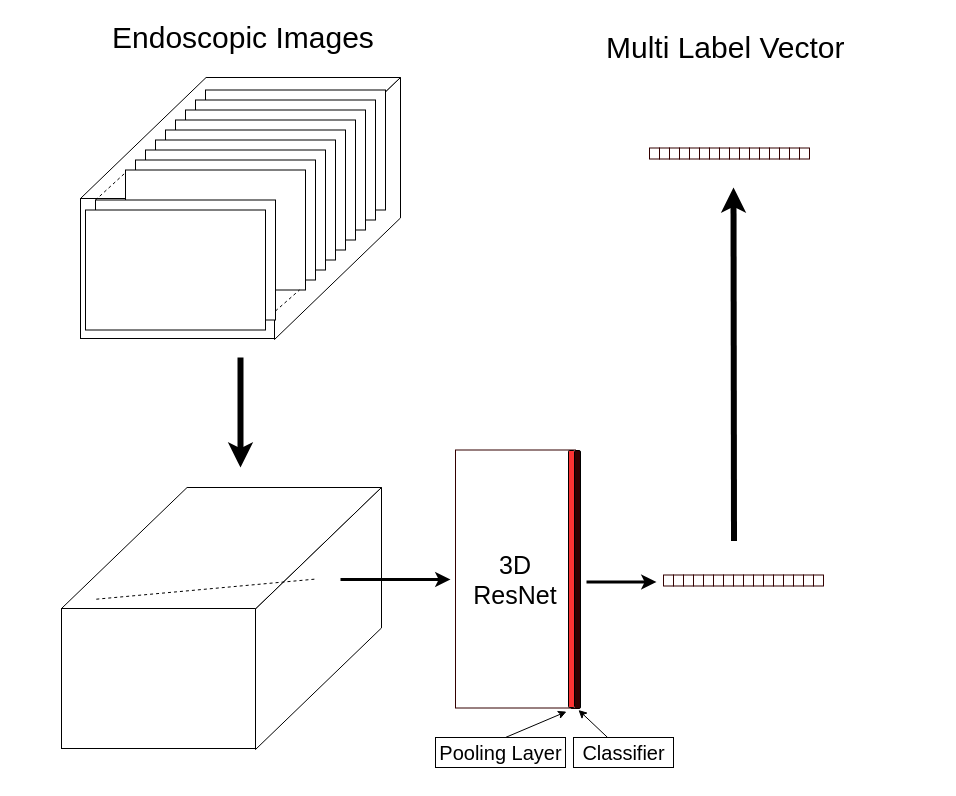
Before: draw.io/ieice3.drawio in shinn1r0/endoscopic_images2karte, a draw.io diagram. Source tidied: cells renumbered, new cells numbered last; positions are measured from the earlier drawing's top-left corner, leaving out a move shared by most shapes. Both pictures are drawn from the tidied source at 100%, with x=0, y=0 at pixel (61, 17).
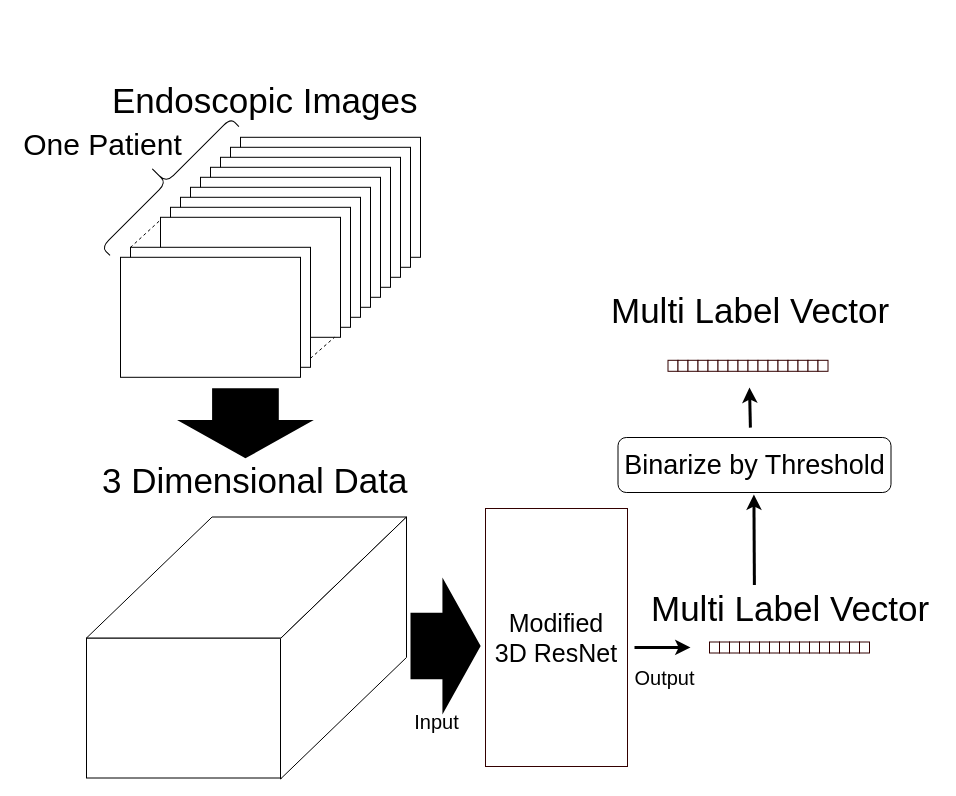
The same diagram, later.

Diff of the diagram source:
```diff
@@
-    <mxCell id="2" style="rounded=0;whiteSpace=wrap;html=1;" parent="1" vertex="1">
-      <mxGeometry x="19" y="181" width="195" height="140" as="geometry" />
-    </mxCell>
-    <mxCell id="3" style="shape=parallelogram;perimeter=parallelogramPerimeter;whiteSpace=wrap;html=1;size=0.3924050632911392;" parent="1" vertex="1">
-      <mxGeometry x="19" y="60" width="320" height="121" as="geometry" />
-    </mxCell>
-    <mxCell id="4" style="shape=parallelogram;perimeter=parallelogramPerimeter;whiteSpace=wrap;html=1;size=0.46387832699619774;rotation=-90;direction=west;flipH=1;" parent="1" vertex="1">
-      <mxGeometry x="145" y="128" width="262" height="126" as="geometry" />
-    </mxCell>
-    <mxCell id="5" style="rounded=0;whiteSpace=wrap;html=1;" parent="1" vertex="1">
-      <mxGeometry x="144" y="72.5" width="180" height="120" as="geometry" />
-    </mxCell>
-    <mxCell id="6" style="rounded=0;whiteSpace=wrap;html=1;" parent="1" vertex="1">
-      <mxGeometry x="134" y="82.5" width="180" height="120" as="geometry" />
-    </mxCell>
-    <mxCell id="7" style="endArrow=none;dashed=1;html=1;exitX=0.996;exitY=0.003;exitDx=0;exitDy=0;exitPerimeter=0;" parent="1" edge="1" source="17">
-      <mxGeometry relative="1" as="geometry">
-        <mxPoint x="244" y="152.5" as="targetPoint" />
-      </mxGeometry>
-    </mxCell>
-    <mxCell id="8" style="rounded=0;whiteSpace=wrap;html=1;" parent="1" vertex="1">
-      <mxGeometry x="124" y="92.5" width="180" height="120" as="geometry" />
-    </mxCell>
-    <mxCell id="9" style="rounded=0;whiteSpace=wrap;html=1;" parent="1" vertex="1">
-      <mxGeometry x="114" y="102.5" width="180" height="120" as="geometry" />
-    </mxCell>
-    <mxCell id="10" style="rounded=0;whiteSpace=wrap;html=1;" parent="1" vertex="1">
-      <mxGeometry x="104" y="112.5" width="180" height="120" as="geometry" />
-    </mxCell>
-    <mxCell id="11" style="rounded=0;whiteSpace=wrap;html=1;" parent="1" vertex="1">
-      <mxGeometry x="94" y="122.5" width="180" height="120" as="geometry" />
-    </mxCell>
-    <mxCell id="12" style="rounded=0;whiteSpace=wrap;html=1;" parent="1" vertex="1">
-      <mxGeometry x="84" y="132.5" width="180" height="120" as="geometry" />
-    </mxCell>
-    <mxCell id="13" style="rounded=0;whiteSpace=wrap;html=1;" parent="1" vertex="1">
-      <mxGeometry x="74" y="142.5" width="180" height="120" as="geometry" />
-    </mxCell>
-    <mxCell id="14" style="rounded=0;whiteSpace=wrap;html=1;" parent="1" vertex="1">
-      <mxGeometry x="64" y="152.5" width="180" height="120" as="geometry" />
-    </mxCell>
-    <mxCell id="15" style="endArrow=none;dashed=1;html=1;exitX=0.977;exitY=0.936;exitDx=0;exitDy=0;exitPerimeter=0;" parent="1" edge="1">
-      <mxGeometry relative="1" as="geometry">
-        <mxPoint x="214" y="293.5" as="sourcePoint" />
-        <mxPoint x="238" y="272.5" as="targetPoint" />
-      </mxGeometry>
-    </mxCell>
-    <mxCell id="16" style="endArrow=none;dashed=1;html=1;exitX=-0.001;exitY=0.002;exitDx=0;exitDy=0;exitPerimeter=0;entryX=0.002;entryY=0.019;entryDx=0;entryDy=0;entryPerimeter=0;" parent="1" edge="1" source="17" target="14">
-      <mxGeometry relative="1" as="geometry" />
-    </mxCell>
-    <mxCell id="17" style="rounded=0;whiteSpace=wrap;html=1;" parent="1" vertex="1">
-      <mxGeometry x="34" y="182.5" width="180" height="120" as="geometry" />
-    </mxCell>
-    <mxCell id="18" style="rounded=0;whiteSpace=wrap;html=1;" parent="1" vertex="1">
-      <mxGeometry x="24" y="192.5" width="180" height="120" as="geometry" />
-    </mxCell>
-    <mxCell id="19" value="&lt;font style=&quot;font-size: 30px&quot;&gt;Endoscopic Images&lt;/font&gt;" style="text;html=1;align=left;verticalAlign=top;spacingTop=-4;" parent="1" vertex="1">
-      <mxGeometry x="49" width="280" height="20" as="geometry" />
+    <mxCell id="19" value="&lt;font style=&quot;font-size: 35px&quot;&gt;Endoscopic Images&lt;/font&gt;" style="text;html=1;align=left;verticalAlign=top;spacingTop=-4;" parent="1" vertex="1">
+      <mxGeometry x="49" y="60" width="320" height="20" as="geometry" />
     </mxCell>
-    <mxCell id="20" style="rounded=1;whiteSpace=wrap;html=1;fillColor=#330000;" parent="1" vertex="1">
-      <mxGeometry x="509" y="433" width="10" height="258" as="geometry" />
-    </mxCell>
-    <mxCell id="21" value="&lt;font style=&quot;font-size: 20px&quot;&gt;Classifier&lt;/font&gt;" style="text;html=1;align=center;verticalAlign=middle;points=[];strokeColor=#000000;" parent="1" vertex="1">
-      <mxGeometry x="512" y="720" width="100" height="30" as="geometry" />
-    </mxCell>
-    <mxCell id="22" style="endArrow=classic;html=1;" parent="1" edge="1" source="21">
-      <mxGeometry relative="1" as="geometry">
-        <mxPoint x="517" y="692.5" as="targetPoint" />
-      </mxGeometry>
-    </mxCell>
-    <mxCell id="23" value="&lt;font style=&quot;font-size: 25px&quot;&gt;3D&lt;br&gt;ResNet&lt;/font&gt;" style="rounded=0;whiteSpace=wrap;html=1;strokeColor=#330000;fillColor=#FFFFFF;" parent="1" vertex="1">
-      <mxGeometry x="394" y="432.5" width="120" height="258" as="geometry" />
+    <mxCell id="23" value="&lt;font style=&quot;font-size: 25px&quot;&gt;Modified&lt;br&gt;3D ResNet&lt;/font&gt;" style="rounded=0;whiteSpace=wrap;html=1;strokeColor=#330000;fillColor=#FFFFFF;" parent="1" vertex="1">
+      <mxGeometry x="424" y="491" width="142" height="258" as="geometry" />
     </mxCell>
     <mxCell id="24" style="endArrow=classic;html=1;strokeWidth=3;" parent="1" edge="1">
       <mxGeometry relative="1" as="geometry">
-        <mxPoint x="525" y="564.5" as="sourcePoint" />
-        <mxPoint x="595" y="564.5" as="targetPoint" />
+        <mxPoint x="573" y="629.9" as="sourcePoint" />
+        <mxPoint x="629" y="630" as="targetPoint" />
       </mxGeometry>
     </mxCell>
     <mxCell id="25" style="rounded=0;whiteSpace=wrap;html=1;strokeColor=#330000;fillColor=#FFFFFF;" parent="1" vertex="1">
-      <mxGeometry x="602" y="557.5" width="10" height="11" as="geometry" />
+      <mxGeometry x="648" y="624.5" width="10" height="11" as="geometry" />
     </mxCell>
     <mxCell id="26" style="rounded=0;whiteSpace=wrap;html=1;strokeColor=#330000;fillColor=#FFFFFF;" parent="1" vertex="1">
-      <mxGeometry x="612" y="557.5" width="10" height="11" as="geometry" />
+      <mxGeometry x="658" y="624.5" width="10" height="11" as="geometry" />
     </mxCell>
     <mxCell id="27" style="rounded=0;whiteSpace=wrap;html=1;strokeColor=#330000;fillColor=#FFFFFF;" parent="1" vertex="1">
-      <mxGeometry x="622" y="557.5" width="10" height="11" as="geometry" />
+      <mxGeometry x="668" y="624.5" width="10" height="11" as="geometry" />
     </mxCell>
     <mxCell id="28" style="rounded=0;whiteSpace=wrap;html=1;strokeColor=#330000;fillColor=#FFFFFF;" parent="1" vertex="1">
-      <mxGeometry x="632" y="557.5" width="10" height="11" as="geometry" />
+      <mxGeometry x="678" y="624.5" width="10" height="11" as="geometry" />
     </mxCell>
     <mxCell id="29" style="rounded=0;whiteSpace=wrap;html=1;strokeColor=#330000;fillColor=#FFFFFF;" parent="1" vertex="1">
-      <mxGeometry x="642" y="557.5" width="10" height="11" as="geometry" />
+      <mxGeometry x="688" y="624.5" width="10" height="11" as="geometry" />
     </mxCell>
     <mxCell id="30" style="rounded=0;whiteSpace=wrap;html=1;strokeColor=#330000;fillColor=#FFFFFF;" parent="1" vertex="1">
-      <mxGeometry x="652" y="557.5" width="10" height="11" as="geometry" />
+      <mxGeometry x="698" y="624.5" width="10" height="11" as="geometry" />
     </mxCell>
     <mxCell id="31" style="rounded=0;whiteSpace=wrap;html=1;strokeColor=#330000;fillColor=#FFFFFF;" parent="1" vertex="1">
-      <mxGeometry x="662" y="557.5" width="10" height="11" as="geometry" />
+      <mxGeometry x="708" y="624.5" width="10" height="11" as="geometry" />
     </mxCell>
     <mxCell id="32" style="rounded=0;whiteSpace=wrap;html=1;strokeColor=#330000;fillColor=#FFFFFF;" parent="1" vertex="1">
-      <mxGeometry x="672" y="557.5" width="10" height="11" as="geometry" />
+      <mxGeometry x="718" y="624.5" width="10" height="11" as="geometry" />
     </mxCell>
     <mxCell id="33" style="rounded=0;whiteSpace=wrap;html=1;strokeColor=#330000;fillColor=#FFFFFF;" parent="1" vertex="1">
-      <mxGeometry x="682" y="557.5" width="10" height="11" as="geometry" />
+      <mxGeometry x="728" y="624.5" width="10" height="11" as="geometry" />
     </mxCell>
     <mxCell id="34" style="rounded=0;whiteSpace=wrap;html=1;strokeColor=#330000;fillColor=#FFFFFF;" parent="1" vertex="1">
-      <mxGeometry x="692" y="557.5" width="10" height="11" as="geometry" />
+      <mxGeometry x="738" y="624.5" width="10" height="11" as="geometry" />
     </mxCell>
     <mxCell id="35" style="rounded=0;whiteSpace=wrap;html=1;strokeColor=#330000;fillColor=#FFFFFF;" parent="1" vertex="1">
-      <mxGeometry x="702" y="557.5" width="10" height="11" as="geometry" />
+      <mxGeometry x="748" y="624.5" width="10" height="11" as="geometry" />
     </mxCell>
     <mxCell id="36" style="rounded=0;whiteSpace=wrap;html=1;strokeColor=#330000;fillColor=#FFFFFF;" parent="1" vertex="1">
-      <mxGeometry x="712" y="557.5" width="10" height="11" as="geometry" />
+      <mxGeometry x="758" y="624.5" width="10" height="11" as="geometry" />
     </mxCell>
     <mxCell id="37" style="rounded=0;whiteSpace=wrap;html=1;strokeColor=#330000;fillColor=#FFFFFF;" parent="1" vertex="1">
-      <mxGeometry x="722" y="557.5" width="10" height="11" as="geometry" />
+      <mxGeometry x="768" y="624.5" width="10" height="11" as="geometry" />
     </mxCell>
     <mxCell id="38" style="rounded=0;whiteSpace=wrap;html=1;strokeColor=#330000;fillColor=#FFFFFF;" parent="1" vertex="1">
-      <mxGeometry x="732" y="557.5" width="10" height="11" as="geometry" />
+      <mxGeometry x="778" y="624.5" width="10" height="11" as="geometry" />
     </mxCell>
     <mxCell id="39" style="rounded=0;whiteSpace=wrap;html=1;strokeColor=#330000;fillColor=#FFFFFF;" parent="1" vertex="1">
-      <mxGeometry x="742" y="557.5" width="10" height="11" as="geometry" />
+      <mxGeometry x="788" y="624.5" width="10" height="11" as="geometry" />
     </mxCell>
     <mxCell id="40" style="rounded=0;whiteSpace=wrap;html=1;strokeColor=#330000;fillColor=#FFFFFF;" parent="1" vertex="1">
-      <mxGeometry x="752" y="557.5" width="10" height="11" as="geometry" />
+      <mxGeometry x="798" y="624.5" width="10" height="11" as="geometry" />
     </mxCell>
-    <mxCell id="41" value="&lt;font style=&quot;font-size: 30px&quot;&gt;Multi Label Vector&lt;/font&gt;" style="text;html=1;align=left;verticalAlign=top;spacingTop=-4;" parent="1" vertex="1">
-      <mxGeometry x="543" y="10" width="250" height="20" as="geometry" />
+    <mxCell id="41" value="&lt;font style=&quot;font-size: 35px&quot;&gt;Multi Label Vector&lt;/font&gt;" style="text;html=1;align=left;verticalAlign=top;spacingTop=-4;" parent="1" vertex="1">
+      <mxGeometry x="548" y="269.8" width="290" height="20" as="geometry" />
     </mxCell>
-    <mxCell id="42" style="rounded=1;whiteSpace=wrap;html=1;fillColor=#FF3333;" parent="1" vertex="1">
-      <mxGeometry x="507" y="433" width="6" height="257" as="geometry" />
-    </mxCell>
-    <mxCell id="43" value="&lt;font style=&quot;font-size: 20px&quot;&gt;Pooling Layer&lt;/font&gt;" style="text;html=1;align=center;verticalAlign=middle;points=[];strokeColor=#000000;" parent="1" vertex="1">
-      <mxGeometry x="374" y="720" width="130" height="30" as="geometry" />
-    </mxCell>
-    <mxCell id="44" style="endArrow=classic;html=1;entryX=0.925;entryY=1.014;entryDx=0;entryDy=0;entryPerimeter=0;exitX=0.538;exitY=0;exitDx=0;exitDy=0;exitPerimeter=0;" parent="1" edge="1" source="43" target="23">
-      <mxGeometry relative="1" as="geometry" />
-    </mxCell>
-    <mxCell id="45" style="endArrow=classic;html=1;strokeWidth=6;" parent="1" edge="1">
-      <mxGeometry relative="1" as="geometry">
-        <mxPoint x="672.5" y="523.5" as="sourcePoint" />
-        <mxPoint x="672" y="170" as="targetPoint" />
-      </mxGeometry>
-    </mxCell>
-    <mxCell id="46" style="endArrow=classic;html=1;strokeWidth=6;" parent="1" edge="1">
-      <mxGeometry relative="1" as="geometry">
-        <mxPoint x="179" y="340" as="sourcePoint" />
-        <mxPoint x="179" y="450" as="targetPoint" />
-      </mxGeometry>
-    </mxCell>
     <mxCell id="47" style="rounded=0;whiteSpace=wrap;html=1;" parent="1" vertex="1">
-      <mxGeometry y="591" width="195" height="140" as="geometry" />
+      <mxGeometry x="25" y="620.5" width="195" height="140" as="geometry" />
     </mxCell>
     <mxCell id="48" style="shape=parallelogram;perimeter=parallelogramPerimeter;whiteSpace=wrap;html=1;size=0.3924050632911392;" parent="1" vertex="1">
-      <mxGeometry y="470" width="320" height="121" as="geometry" />
+      <mxGeometry x="25" y="499.5" width="320" height="121" as="geometry" />
     </mxCell>
     <mxCell id="49" style="shape=parallelogram;perimeter=parallelogramPerimeter;whiteSpace=wrap;html=1;size=0.46387832699619774;rotation=-90;direction=west;flipH=1;" parent="1" vertex="1">
-      <mxGeometry x="126" y="538" width="262" height="126" as="geometry" />
+      <mxGeometry x="151" y="567.5" width="262" height="126" as="geometry" />
     </mxCell>
-    <mxCell id="50" style="endArrow=none;dashed=1;html=1;exitX=-0.001;exitY=0.002;exitDx=0;exitDy=0;exitPerimeter=0;entryX=0.002;entryY=0.019;entryDx=0;entryDy=0;entryPerimeter=0;" parent="1" edge="1">
-      <mxGeometry relative="1" as="geometry">
-        <mxPoint x="34.8" y="581.7" as="sourcePoint" />
-        <mxPoint x="255" y="561.5" as="targetPoint" />
-      </mxGeometry>
-    </mxCell>
-    <mxCell id="51" style="endArrow=classic;html=1;strokeWidth=3;" parent="1" edge="1">
-      <mxGeometry relative="1" as="geometry">
-        <mxPoint x="279" y="562" as="sourcePoint" />
-        <mxPoint x="389" y="562" as="targetPoint" />
-      </mxGeometry>
-    </mxCell>
     <mxCell id="52" style="rounded=0;whiteSpace=wrap;html=1;strokeColor=#330000;fillColor=#FFFFFF;" parent="1" vertex="1">
-      <mxGeometry x="588" y="130.5" width="10" height="11" as="geometry" />
+      <mxGeometry x="606.5" y="342.8" width="10" height="11" as="geometry" />
     </mxCell>
     <mxCell id="53" style="rounded=0;whiteSpace=wrap;html=1;strokeColor=#330000;fillColor=#FFFFFF;" parent="1" vertex="1">
-      <mxGeometry x="598" y="130.5" width="10" height="11" as="geometry" />
+      <mxGeometry x="616.5" y="342.8" width="10" height="11" as="geometry" />
     </mxCell>
     <mxCell id="54" style="rounded=0;whiteSpace=wrap;html=1;strokeColor=#330000;fillColor=#FFFFFF;" parent="1" vertex="1">
-      <mxGeometry x="608" y="130.5" width="10" height="11" as="geometry" />
+      <mxGeometry x="626.5" y="342.8" width="10" height="11" as="geometry" />
     </mxCell>
     <mxCell id="55" style="rounded=0;whiteSpace=wrap;html=1;strokeColor=#330000;fillColor=#FFFFFF;" parent="1" vertex="1">
-      <mxGeometry x="618" y="130.5" width="10" height="11" as="geometry" />
+      <mxGeometry x="636.5" y="342.8" width="10" height="11" as="geometry" />
     </mxCell>
     <mxCell id="56" style="rounded=0;whiteSpace=wrap;html=1;strokeColor=#330000;fillColor=#FFFFFF;" parent="1" vertex="1">
-      <mxGeometry x="628" y="130.5" width="10" height="11" as="geometry" />
+      <mxGeometry x="646.5" y="342.8" width="10" height="11" as="geometry" />
     </mxCell>
     <mxCell id="57" style="rounded=0;whiteSpace=wrap;html=1;strokeColor=#330000;fillColor=#FFFFFF;" parent="1" vertex="1">
-      <mxGeometry x="638" y="130.5" width="10" height="11" as="geometry" />
+      <mxGeometry x="656.5" y="342.8" width="10" height="11" as="geometry" />
     </mxCell>
     <mxCell id="58" style="rounded=0;whiteSpace=wrap;html=1;strokeColor=#330000;fillColor=#FFFFFF;" parent="1" vertex="1">
-      <mxGeometry x="648" y="130.5" width="10" height="11" as="geometry" />
+      <mxGeometry x="666.5" y="342.8" width="10" height="11" as="geometry" />
     </mxCell>
     <mxCell id="59" style="rounded=0;whiteSpace=wrap;html=1;strokeColor=#330000;fillColor=#FFFFFF;" parent="1" vertex="1">
-      <mxGeometry x="658" y="130.5" width="10" height="11" as="geometry" />
+      <mxGeometry x="676.5" y="342.8" width="10" height="11" as="geometry" />
     </mxCell>
     <mxCell id="60" style="rounded=0;whiteSpace=wrap;html=1;strokeColor=#330000;fillColor=#FFFFFF;" parent="1" vertex="1">
-      <mxGeometry x="668" y="130.5" width="10" height="11" as="geometry" />
+      <mxGeometry x="686.5" y="342.8" width="10" height="11" as="geometry" />
     </mxCell>
     <mxCell id="61" style="rounded=0;whiteSpace=wrap;html=1;strokeColor=#330000;fillColor=#FFFFFF;" parent="1" vertex="1">
-      <mxGeometry x="678" y="130.5" width="10" height="11" as="geometry" />
+      <mxGeometry x="696.5" y="342.8" width="10" height="11" as="geometry" />
     </mxCell>
     <mxCell id="62" style="rounded=0;whiteSpace=wrap;html=1;strokeColor=#330000;fillColor=#FFFFFF;" parent="1" vertex="1">
-      <mxGeometry x="688" y="130.5" width="10" height="11" as="geometry" />
+      <mxGeometry x="706.5" y="342.8" width="10" height="11" as="geometry" />
     </mxCell>
     <mxCell id="63" style="rounded=0;whiteSpace=wrap;html=1;strokeColor=#330000;fillColor=#FFFFFF;" parent="1" vertex="1">
-      <mxGeometry x="698" y="130.5" width="10" height="11" as="geometry" />
+      <mxGeometry x="716.5" y="342.8" width="10" height="11" as="geometry" />
     </mxCell>
     <mxCell id="64" style="rounded=0;whiteSpace=wrap;html=1;strokeColor=#330000;fillColor=#FFFFFF;" parent="1" vertex="1">
-      <mxGeometry x="708" y="130.5" width="10" height="11" as="geometry" />
+      <mxGeometry x="726.5" y="342.8" width="10" height="11" as="geometry" />
     </mxCell>
     <mxCell id="65" style="rounded=0;whiteSpace=wrap;html=1;strokeColor=#330000;fillColor=#FFFFFF;" parent="1" vertex="1">
-      <mxGeometry x="718" y="130.5" width="10" height="11" as="geometry" />
+      <mxGeometry x="736.5" y="342.8" width="10" height="11" as="geometry" />
     </mxCell>
     <mxCell id="66" style="rounded=0;whiteSpace=wrap;html=1;strokeColor=#330000;fillColor=#FFFFFF;" parent="1" vertex="1">
-      <mxGeometry x="728" y="130.5" width="10" height="11" as="geometry" />
+      <mxGeometry x="746.5" y="342.8" width="10" height="11" as="geometry" />
     </mxCell>
     <mxCell id="67" style="rounded=0;whiteSpace=wrap;html=1;strokeColor=#330000;fillColor=#FFFFFF;" parent="1" vertex="1">
-      <mxGeometry x="738" y="130.5" width="10" height="11" as="geometry" />
+      <mxGeometry x="756.5" y="342.8" width="10" height="11" as="geometry" />
     </mxCell>
+    <mxCell id="68" value="&lt;font style=&quot;font-size: 35px&quot;&gt;Multi Label Vector&lt;/font&gt;" style="text;html=1;align=left;verticalAlign=top;spacingTop=-4;" parent="1" vertex="1">
+      <mxGeometry x="588" y="567.5" width="290" height="20" as="geometry" />
+    </mxCell>
+    <mxCell id="69" value="&lt;font style=&quot;font-size: 35px&quot;&gt;3 Dimensional Data&lt;/font&gt;" style="text;html=1;align=left;verticalAlign=top;spacingTop=-4;" parent="1" vertex="1">
+      <mxGeometry x="39" y="440" width="320" height="20" as="geometry" />
+    </mxCell>
+    <mxCell id="70" style="endArrow=classic;html=1;strokeWidth=3;" parent="1" edge="1">
+      <mxGeometry relative="1" as="geometry">
+        <mxPoint x="692.9" y="567.5" as="sourcePoint" />
+        <mxPoint x="692.4" y="477" as="targetPoint" />
+      </mxGeometry>
+    </mxCell>
+    <mxCell id="71" value="&lt;font style=&quot;font-size: 27px&quot;&gt;Binarize by Threshold&lt;/font&gt;" style="rounded=1;whiteSpace=wrap;html=1;" parent="1" vertex="1">
+      <mxGeometry x="556.5" y="420" width="273" height="55" as="geometry" />
+    </mxCell>
+    <mxCell id="72" style="endArrow=classic;html=1;strokeWidth=3;" parent="1" edge="1">
+      <mxGeometry relative="1" as="geometry">
+        <mxPoint x="688.9" y="410.1" as="sourcePoint" />
+        <mxPoint x="688" y="370" as="targetPoint" />
+      </mxGeometry>
+    </mxCell>
+    <mxCell id="73" value="&lt;font style=&quot;font-size: 20px&quot;&gt;Input&lt;/font&gt;" style="text;html=1;align=center;verticalAlign=middle;" parent="1" vertex="1">
+      <mxGeometry x="345" y="693.5" width="60" height="20" as="geometry" />
+    </mxCell>
+    <mxCell id="74" value="&lt;span style=&quot;font-size: 20px&quot;&gt;Output&lt;/span&gt;" style="text;html=1;align=center;verticalAlign=middle;" parent="1" vertex="1">
+      <mxGeometry x="563" y="650" width="80" height="20" as="geometry" />
+    </mxCell>
+    <mxCell id="75" style="rounded=0;whiteSpace=wrap;html=1;" parent="1" vertex="1">
+      <mxGeometry x="179" y="119.8" width="180" height="120" as="geometry" />
+    </mxCell>
+    <mxCell id="76" style="rounded=0;whiteSpace=wrap;html=1;" parent="1" vertex="1">
+      <mxGeometry x="169" y="129.8" width="180" height="120" as="geometry" />
+    </mxCell>
+    <mxCell id="77" style="endArrow=none;dashed=1;html=1;exitX=0.996;exitY=0.003;exitDx=0;exitDy=0;exitPerimeter=0;" parent="1" edge="1" source="87">
+      <mxGeometry relative="1" as="geometry">
+        <mxPoint x="279" y="199.8" as="targetPoint" />
+      </mxGeometry>
+    </mxCell>
+    <mxCell id="78" style="rounded=0;whiteSpace=wrap;html=1;" parent="1" vertex="1">
+      <mxGeometry x="159" y="139.8" width="180" height="120" as="geometry" />
+    </mxCell>
+    <mxCell id="79" style="rounded=0;whiteSpace=wrap;html=1;" parent="1" vertex="1">
+      <mxGeometry x="149" y="149.8" width="180" height="120" as="geometry" />
+    </mxCell>
+    <mxCell id="80" style="rounded=0;whiteSpace=wrap;html=1;" parent="1" vertex="1">
+      <mxGeometry x="139" y="159.8" width="180" height="120" as="geometry" />
+    </mxCell>
+    <mxCell id="81" style="rounded=0;whiteSpace=wrap;html=1;" parent="1" vertex="1">
+      <mxGeometry x="129" y="169.8" width="180" height="120" as="geometry" />
+    </mxCell>
+    <mxCell id="82" style="rounded=0;whiteSpace=wrap;html=1;" parent="1" vertex="1">
+      <mxGeometry x="119" y="179.8" width="180" height="120" as="geometry" />
+    </mxCell>
+    <mxCell id="83" style="rounded=0;whiteSpace=wrap;html=1;" parent="1" vertex="1">
+      <mxGeometry x="109" y="189.8" width="180" height="120" as="geometry" />
+    </mxCell>
+    <mxCell id="84" style="rounded=0;whiteSpace=wrap;html=1;" parent="1" vertex="1">
+      <mxGeometry x="99" y="199.8" width="180" height="120" as="geometry" />
+    </mxCell>
+    <mxCell id="85" style="endArrow=none;dashed=1;html=1;exitX=0.977;exitY=0.936;exitDx=0;exitDy=0;exitPerimeter=0;" parent="1" edge="1">
+      <mxGeometry relative="1" as="geometry">
+        <mxPoint x="249" y="340.8" as="sourcePoint" />
+        <mxPoint x="273" y="319.8" as="targetPoint" />
+      </mxGeometry>
+    </mxCell>
+    <mxCell id="86" style="endArrow=none;dashed=1;html=1;exitX=-0.001;exitY=0.002;exitDx=0;exitDy=0;exitPerimeter=0;entryX=0.002;entryY=0.019;entryDx=0;entryDy=0;entryPerimeter=0;" parent="1" edge="1" source="87" target="84">
+      <mxGeometry relative="1" as="geometry" />
+    </mxCell>
+    <mxCell id="87" style="rounded=0;whiteSpace=wrap;html=1;" parent="1" vertex="1">
+      <mxGeometry x="69" y="229.8" width="180" height="120" as="geometry" />
+    </mxCell>
+    <mxCell id="88" style="rounded=0;whiteSpace=wrap;html=1;" parent="1" vertex="1">
+      <mxGeometry x="59" y="239.8" width="180" height="120" as="geometry" />
+    </mxCell>
+    <mxCell id="89" style="shape=curlyBracket;whiteSpace=wrap;html=1;rounded=1;rotation=45;size=0.6644542498246905;" parent="1" vertex="1">
+      <mxGeometry x="83.1" y="70" width="35" height="182.3" as="geometry" />
+    </mxCell>
+    <mxCell id="90" value="&lt;font style=&quot;font-size: 30px&quot;&gt;One Patient&lt;/font&gt;" style="text;html=1;align=center;verticalAlign=middle;" parent="1" vertex="1">
+      <mxGeometry x="-44" y="111.5" width="170" height="30" as="geometry" />
+    </mxCell>
+    <mxCell id="91" style="shape=singleArrow;whiteSpace=wrap;html=1;rotation=90;fillColor=#000000;arrowWidth=0.7781798483478497;arrowSize=0.34436181323131176;strokeWidth=20;" parent="1" vertex="1">
+      <mxGeometry x="159.6" y="375" width="48.7" height="60" as="geometry" />
+    </mxCell>
+    <mxCell id="92" style="shape=singleArrow;whiteSpace=wrap;html=1;rotation=0;fillColor=#000000;arrowWidth=0.7781798483478497;arrowSize=0.34436181323131176;strokeWidth=20;" parent="1" vertex="1">
+      <mxGeometry x="359" y="598.5" width="48.7" height="60" as="geometry" />
+    </mxCell>
```
